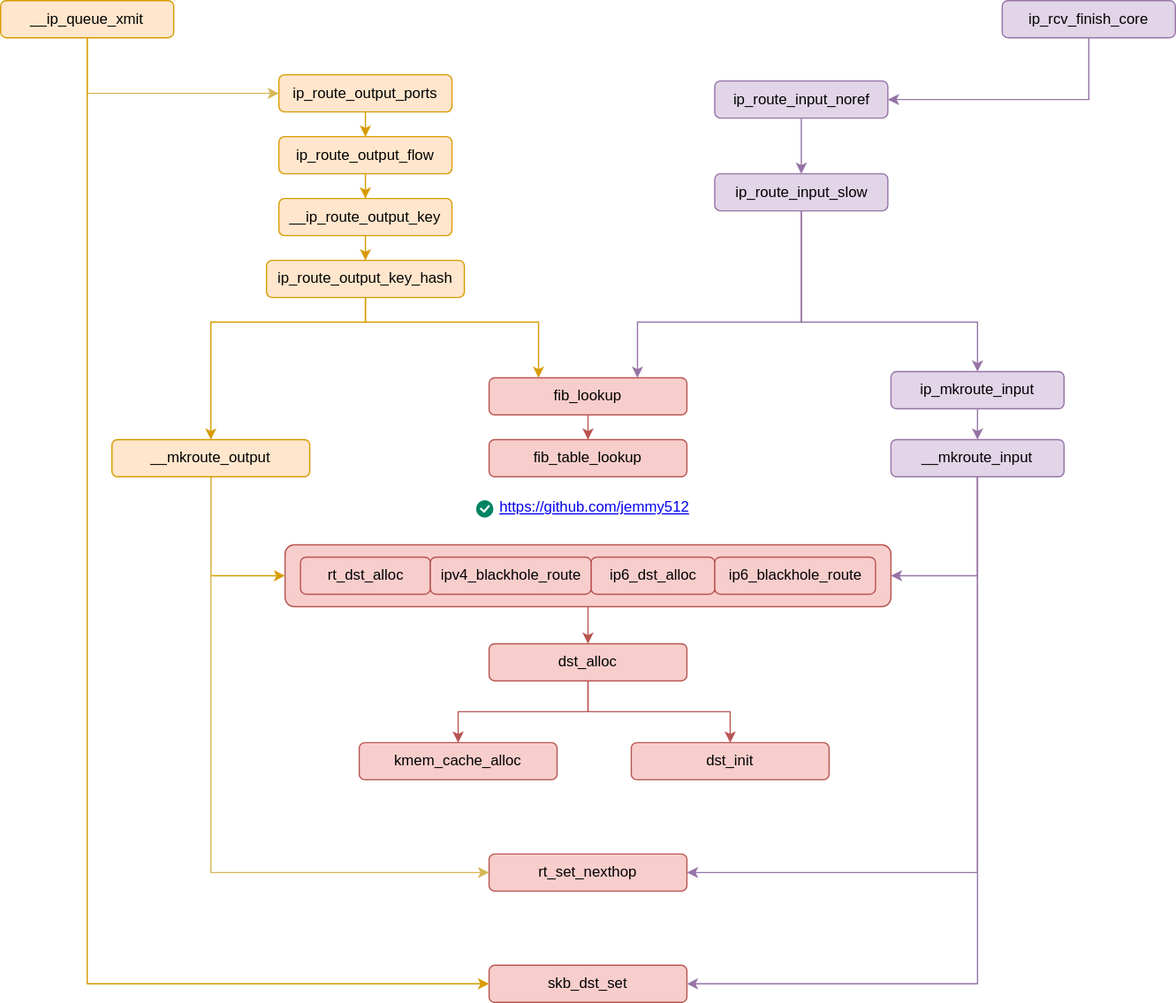
The draw.io diagram images/kernel/net-route.svg in jemmy512/book-notes, before a commit. Source tidied: cells renumbered, new cells last; positions are measured from the earlier drawing's top-left corner, leaving out a move shared by most shapes.
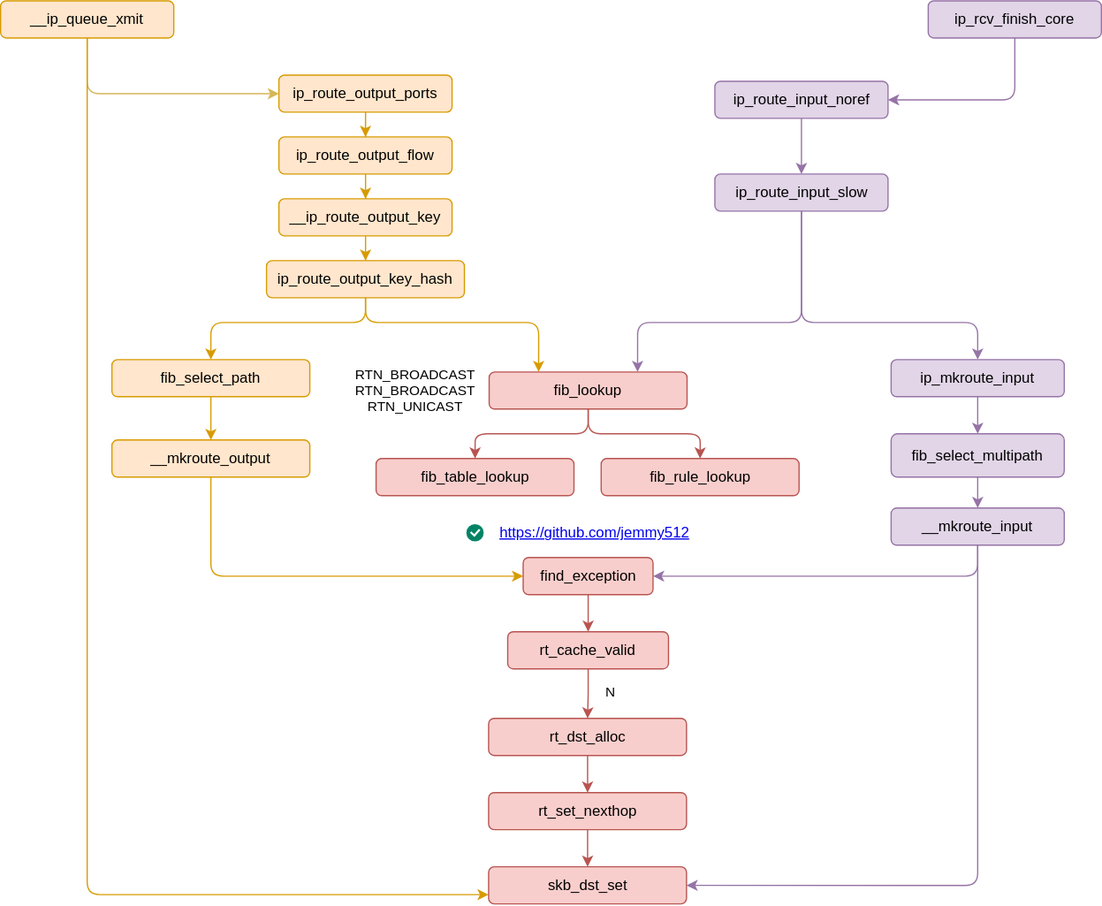
Above is the later version.

Change to the diagram source:
```diff
@@ -1,13 +1,7 @@
-<mxGraphModel>
+<mxGraphModel background="#ffffff">
   <root>
     <mxCell id="0" />
     <mxCell id="1" parent="0" />
-    <mxCell id="2" style="edgeStyle=orthogonalEdgeStyle;rounded=0;jettySize=auto;html=1;fillColor=#f8cecc;strokeColor=#b85450;" parent="1" edge="1" source="3" target="22">
-      <mxGeometry relative="1" as="geometry" />
-    </mxCell>
-    <mxCell id="3" style="rounded=1;whiteSpace=wrap;html=1;fillColor=#f8cecc;strokeColor=#b85450;" parent="1" vertex="1">
-      <mxGeometry x="230" y="440" width="490" height="50" as="geometry" />
-    </mxCell>
     <mxCell id="4" style="edgeStyle=orthogonalEdgeStyle;rounded=0;jettySize=auto;html=1;entryX=0.5;entryY=0;entryDx=0;entryDy=0;fillColor=#ffe6cc;strokeColor=#d79b00;" parent="1" edge="1" source="5" target="7">
       <mxGeometry relative="1" as="geometry" />
     </mxCell>
@@ -26,7 +20,7 @@
     <mxCell id="9" value="__ip_route_output_key" style="rounded=1;whiteSpace=wrap;html=1;fillColor=#ffe6cc;strokeColor=#d79b00;" parent="1" vertex="1">
       <mxGeometry x="225" y="160" width="140" height="30" as="geometry" />
     </mxCell>
-    <mxCell id="10" style="edgeStyle=orthogonalEdgeStyle;rounded=0;jettySize=auto;html=1;entryX=0.25;entryY=0;entryDx=0;entryDy=0;exitX=0.5;exitY=1;exitDx=0;exitDy=0;fillColor=#ffe6cc;strokeColor=#d79b00;" parent="1" edge="1" source="12" target="14">
+    <mxCell id="10" style="edgeStyle=orthogonalEdgeStyle;rounded=1;jettySize=auto;html=1;entryX=0.25;entryY=0;entryDx=0;entryDy=0;exitX=0.5;exitY=1;exitDx=0;exitDy=0;fillColor=#ffe6cc;strokeColor=#d79b00;curved=0;" parent="1" edge="1" source="12" target="14">
       <mxGeometry relative="1" as="geometry">
         <Array as="points">
           <mxPoint x="295" y="260" />
@@ -34,7 +28,7 @@
         </Array>
       </mxGeometry>
     </mxCell>
-    <mxCell id="11" style="edgeStyle=orthogonalEdgeStyle;rounded=0;jettySize=auto;html=1;entryX=0.5;entryY=0;entryDx=0;entryDy=0;fillColor=#ffe6cc;strokeColor=#d79b00;" parent="1" edge="1" source="12" target="17">
+    <mxCell id="11" style="edgeStyle=orthogonalEdgeStyle;rounded=1;jettySize=auto;html=1;entryX=0.5;entryY=0;entryDx=0;entryDy=0;fillColor=#ffe6cc;strokeColor=#d79b00;curved=0;" parent="1" edge="1" source="12" target="59">
       <mxGeometry relative="1" as="geometry">
         <Array as="points">
           <mxPoint x="295" y="260" />
@@ -45,57 +39,48 @@
     <mxCell id="12" value="ip_route_output_key_hash" style="rounded=1;whiteSpace=wrap;html=1;fillColor=#ffe6cc;strokeColor=#d79b00;" parent="1" vertex="1">
       <mxGeometry x="215" y="210" width="160" height="30" as="geometry" />
     </mxCell>
-    <mxCell id="13" style="edgeStyle=orthogonalEdgeStyle;rounded=0;jettySize=auto;html=1;fillColor=#f8cecc;strokeColor=#b85450;" parent="1" edge="1" source="14" target="18">
+    <mxCell id="13" style="edgeStyle=orthogonalEdgeStyle;rounded=1;jettySize=auto;html=1;fillColor=#f8cecc;strokeColor=#b85450;curved=0;" parent="1" edge="1" source="14" target="18">
       <mxGeometry relative="1" as="geometry" />
     </mxCell>
+    <mxCell id="48" style="edgeStyle=orthogonalEdgeStyle;curved=0;rounded=1;jettySize=auto;html=1;entryX=0.5;entryY=0;entryDx=0;entryDy=0;strokeColor=#b85450;align=center;verticalAlign=middle;fontFamily=Helvetica;fontSize=11;fontColor=default;labelBackgroundColor=default;endArrow=classic;fillColor=#f8cecc;" parent="1" edge="1" source="14" target="55">
+      <mxGeometry relative="1" as="geometry" />
+    </mxCell>
     <mxCell id="14" value="fib_lookup" style="rounded=1;whiteSpace=wrap;html=1;fillColor=#f8cecc;strokeColor=#b85450;" parent="1" vertex="1">
-      <mxGeometry x="395" y="305" width="160" height="30" as="geometry" />
+      <mxGeometry x="395" y="300" width="160" height="30" as="geometry" />
     </mxCell>
-    <mxCell id="15" style="edgeStyle=orthogonalEdgeStyle;rounded=0;jettySize=auto;html=1;entryX=0;entryY=0.5;entryDx=0;entryDy=0;fillColor=#ffe6cc;strokeColor=#d79b00;" parent="1" edge="1" source="17" target="3">
+    <mxCell id="15" style="edgeStyle=orthogonalEdgeStyle;rounded=1;jettySize=auto;html=1;entryX=0;entryY=0.5;entryDx=0;entryDy=0;fillColor=#ffe6cc;strokeColor=#d79b00;curved=0;" parent="1" edge="1" source="17" target="19">
       <mxGeometry relative="1" as="geometry">
         <Array as="points">
           <mxPoint x="170" y="465" />
+          <mxPoint x="423" y="465" />
         </Array>
       </mxGeometry>
     </mxCell>
-    <mxCell id="16" style="edgeStyle=orthogonalEdgeStyle;rounded=0;jettySize=auto;html=1;entryX=0;entryY=0.5;entryDx=0;entryDy=0;fillColor=#fff2cc;strokeColor=#d6b656;" parent="1" edge="1" source="17" target="39">
-      <mxGeometry relative="1" as="geometry">
-        <Array as="points">
-          <mxPoint x="170" y="705" />
-        </Array>
-      </mxGeometry>
-    </mxCell>
     <mxCell id="17" value="__mkroute_output" style="rounded=1;whiteSpace=wrap;html=1;fillColor=#ffe6cc;strokeColor=#d79b00;" parent="1" vertex="1">
       <mxGeometry x="90" y="355" width="160" height="30" as="geometry" />
     </mxCell>
     <mxCell id="18" value="fib_table_lookup" style="rounded=1;whiteSpace=wrap;html=1;fillColor=#f8cecc;strokeColor=#b85450;" parent="1" vertex="1">
-      <mxGeometry x="395" y="355" width="160" height="30" as="geometry" />
+      <mxGeometry x="303.6" y="370" width="160" height="30" as="geometry" />
     </mxCell>
+    <mxCell id="49" style="edgeStyle=orthogonalEdgeStyle;rounded=0;jettySize=auto;html=1;strokeColor=#b85450;align=center;verticalAlign=middle;fontFamily=Helvetica;fontSize=11;fontColor=default;labelBackgroundColor=default;endArrow=classic;fillColor=#f8cecc;" parent="1" edge="1" source="19" target="38">
+      <mxGeometry relative="1" as="geometry" />
+    </mxCell>
-    <mxCell id="19" value="rt_dst_alloc" style="rounded=1;whiteSpace=wrap;html=1;fillColor=#f8cecc;strokeColor=#b85450;" parent="1" vertex="1">
-      <mxGeometry x="242.5" y="450" width="105" height="30" as="geometry" />
+    <mxCell id="19" value="find_exception" style="rounded=1;whiteSpace=wrap;html=1;fillColor=#f8cecc;strokeColor=#b85450;" parent="1" vertex="1">
+      <mxGeometry x="422.5" y="450" width="105" height="30" as="geometry" />
     </mxCell>
-    <mxCell id="20" style="edgeStyle=orthogonalEdgeStyle;rounded=0;jettySize=auto;html=1;entryX=0.5;entryY=0;entryDx=0;entryDy=0;fillColor=#f8cecc;strokeColor=#b85450;" parent="1" edge="1" source="22" target="23">
-      <mxGeometry relative="1" as="geometry" />
-    </mxCell>
-    <mxCell id="21" style="edgeStyle=orthogonalEdgeStyle;rounded=0;jettySize=auto;html=1;fillColor=#f8cecc;strokeColor=#b85450;" parent="1" edge="1" source="22" target="24">
-      <mxGeometry relative="1" as="geometry" />
-    </mxCell>
+    <mxCell id="50" style="edgeStyle=orthogonalEdgeStyle;rounded=0;jettySize=auto;html=1;strokeColor=#b85450;align=center;verticalAlign=middle;fontFamily=Helvetica;fontSize=11;fontColor=default;labelBackgroundColor=default;endArrow=classic;fillColor=#f8cecc;" parent="1" edge="1" source="22" target="39">
+      <mxGeometry relative="1" as="geometry" />
+    </mxCell>
-    <mxCell id="22" value="dst_alloc" style="rounded=1;whiteSpace=wrap;html=1;fillColor=#f8cecc;strokeColor=#b85450;" parent="1" vertex="1">
-      <mxGeometry x="395" y="520" width="160" height="30" as="geometry" />
+    <mxCell id="22" value="rt_dst_alloc" style="rounded=1;whiteSpace=wrap;html=1;fillColor=#f8cecc;strokeColor=#b85450;" parent="1" vertex="1">
+      <mxGeometry x="394.6" y="580" width="160" height="30" as="geometry" />
     </mxCell>
-    <mxCell id="23" value="kmem_cache_alloc" style="rounded=1;whiteSpace=wrap;html=1;fillColor=#f8cecc;strokeColor=#b85450;" parent="1" vertex="1">
-      <mxGeometry x="290" y="600" width="160" height="30" as="geometry" />
-    </mxCell>
-    <mxCell id="24" value="dst_init" style="rounded=1;whiteSpace=wrap;html=1;fillColor=#f8cecc;strokeColor=#b85450;" parent="1" vertex="1">
-      <mxGeometry x="510" y="600" width="160" height="30" as="geometry" />
-    </mxCell>
     <mxCell id="25" style="edgeStyle=orthogonalEdgeStyle;rounded=0;jettySize=auto;html=1;fillColor=#e1d5e7;strokeColor=#9673a6;" parent="1" edge="1" source="26" target="29">
       <mxGeometry relative="1" as="geometry" />
     </mxCell>
     <mxCell id="26" value="ip_route_input_noref" style="rounded=1;whiteSpace=wrap;html=1;fillColor=#e1d5e7;strokeColor=#9673a6;" parent="1" vertex="1">
       <mxGeometry x="577.5" y="65" width="140" height="30" as="geometry" />
     </mxCell>
-    <mxCell id="27" style="edgeStyle=orthogonalEdgeStyle;rounded=0;jettySize=auto;html=1;entryX=0.75;entryY=0;entryDx=0;entryDy=0;exitX=0.5;exitY=1;exitDx=0;exitDy=0;fillColor=#e1d5e7;strokeColor=#9673a6;" parent="1" edge="1" source="29" target="14">
+    <mxCell id="27" style="edgeStyle=orthogonalEdgeStyle;rounded=1;jettySize=auto;html=1;entryX=0.75;entryY=0;entryDx=0;entryDy=0;exitX=0.5;exitY=1;exitDx=0;exitDy=0;fillColor=#e1d5e7;strokeColor=#9673a6;curved=0;" parent="1" edge="1" source="29" target="14">
       <mxGeometry relative="1" as="geometry">
         <Array as="points">
           <mxPoint x="648" y="260" />
@@ -103,7 +88,7 @@
         </Array>
       </mxGeometry>
     </mxCell>
-    <mxCell id="28" style="edgeStyle=orthogonalEdgeStyle;rounded=0;jettySize=auto;html=1;entryX=0.5;entryY=0;entryDx=0;entryDy=0;fillColor=#e1d5e7;strokeColor=#9673a6;" parent="1" edge="1" source="29" target="31">
+    <mxCell id="28" style="edgeStyle=orthogonalEdgeStyle;rounded=1;jettySize=auto;html=1;entryX=0.5;entryY=0;entryDx=0;entryDy=0;fillColor=#e1d5e7;strokeColor=#9673a6;curved=0;" parent="1" edge="1" source="29" target="31">
       <mxGeometry relative="1" as="geometry">
         <Array as="points">
           <mxPoint x="648" y="260" />
@@ -114,83 +99,97 @@
     <mxCell id="29" value="ip_route_input_slow" style="rounded=1;whiteSpace=wrap;html=1;fillColor=#e1d5e7;strokeColor=#9673a6;" parent="1" vertex="1">
       <mxGeometry x="577.5" y="140" width="140" height="30" as="geometry" />
     </mxCell>
-    <mxCell id="30" style="edgeStyle=orthogonalEdgeStyle;rounded=0;jettySize=auto;html=1;fillColor=#e1d5e7;strokeColor=#9673a6;" parent="1" edge="1" source="31" target="35">
-      <mxGeometry relative="1" as="geometry" />
-    </mxCell>
+    <mxCell id="51" style="edgeStyle=orthogonalEdgeStyle;curved=0;rounded=1;jettySize=auto;html=1;entryX=0.5;entryY=0;entryDx=0;entryDy=0;strokeColor=#9673a6;align=center;verticalAlign=middle;fontFamily=Helvetica;fontSize=11;fontColor=default;labelBackgroundColor=default;endArrow=classic;fillColor=#e1d5e7;" parent="1" edge="1" source="31" target="57">
+      <mxGeometry relative="1" as="geometry" />
+    </mxCell>
     <mxCell id="31" value="ip_mkroute_input" style="rounded=1;whiteSpace=wrap;html=1;fillColor=#e1d5e7;strokeColor=#9673a6;" parent="1" vertex="1">
-      <mxGeometry x="720" y="300" width="140" height="30" as="geometry" />
+      <mxGeometry x="720" y="290" width="140" height="30" as="geometry" />
     </mxCell>
-    <mxCell id="32" style="edgeStyle=orthogonalEdgeStyle;rounded=0;jettySize=auto;html=1;exitX=0.5;exitY=1;exitDx=0;exitDy=0;entryX=1;entryY=0.5;entryDx=0;entryDy=0;fillColor=#e1d5e7;strokeColor=#9673a6;" parent="1" edge="1" source="35" target="3">
+    <mxCell id="32" style="edgeStyle=orthogonalEdgeStyle;rounded=1;jettySize=auto;html=1;exitX=0.5;exitY=1;exitDx=0;exitDy=0;fillColor=#e1d5e7;strokeColor=#9673a6;curved=0;" parent="1" edge="1" source="35" target="19">
       <mxGeometry relative="1" as="geometry">
         <Array as="points">
           <mxPoint x="790" y="465" />
         </Array>
       </mxGeometry>
     </mxCell>
-    <mxCell id="33" style="edgeStyle=orthogonalEdgeStyle;rounded=0;jettySize=auto;html=1;entryX=1;entryY=0.5;entryDx=0;entryDy=0;fillColor=#e1d5e7;strokeColor=#9673a6;" parent="1" edge="1" source="35" target="39">
-      <mxGeometry relative="1" as="geometry">
-        <Array as="points">
-          <mxPoint x="790" y="705" />
-        </Array>
-      </mxGeometry>
-    </mxCell>
-    <mxCell id="34" style="edgeStyle=orthogonalEdgeStyle;rounded=0;jettySize=auto;html=1;entryX=1;entryY=0.5;entryDx=0;entryDy=0;fillColor=#e1d5e7;strokeColor=#9673a6;" parent="1" edge="1" source="35" target="40">
+    <mxCell id="34" style="edgeStyle=orthogonalEdgeStyle;rounded=1;jettySize=auto;html=1;entryX=1;entryY=0.5;entryDx=0;entryDy=0;fillColor=#e1d5e7;strokeColor=#9673a6;curved=0;" parent="1" edge="1" source="35" target="40">
       <mxGeometry relative="1" as="geometry">
         <Array as="points">
-          <mxPoint x="790" y="795" />
+          <mxPoint x="790" y="715" />
         </Array>
       </mxGeometry>
     </mxCell>
     <mxCell id="35" value="__mkroute_input" style="rounded=1;whiteSpace=wrap;html=1;fillColor=#e1d5e7;strokeColor=#9673a6;" parent="1" vertex="1">
-      <mxGeometry x="720" y="355" width="140" height="30" as="geometry" />
+      <mxGeometry x="720" y="410" width="140" height="30" as="geometry" />
     </mxCell>
-    <mxCell id="36" value="ip6_dst_alloc" style="rounded=1;whiteSpace=wrap;html=1;fillColor=#f8cecc;strokeColor=#b85450;" parent="1" vertex="1">
-      <mxGeometry x="477.5" y="450" width="100" height="30" as="geometry" />
-    </mxCell>
-    <mxCell id="37" value="ip6_blackhole_route" style="rounded=1;whiteSpace=wrap;html=1;fillColor=#f8cecc;strokeColor=#b85450;" parent="1" vertex="1">
-      <mxGeometry x="577.5" y="450" width="130" height="30" as="geometry" />
-    </mxCell>
+    <mxCell id="52" style="edgeStyle=orthogonalEdgeStyle;rounded=0;jettySize=auto;html=1;strokeColor=#b85450;align=center;verticalAlign=middle;fontFamily=Helvetica;fontSize=11;fontColor=default;labelBackgroundColor=default;endArrow=classic;fillColor=#f8cecc;" parent="1" edge="1" source="38" target="22">
+      <mxGeometry relative="1" as="geometry" />
+    </mxCell>
-    <mxCell id="38" value="ipv4_blackhole_route" style="rounded=1;whiteSpace=wrap;html=1;fillColor=#f8cecc;strokeColor=#b85450;" parent="1" vertex="1">
-      <mxGeometry x="347.5" y="450" width="130" height="30" as="geometry" />
+    <mxCell id="38" value="rt_cache_valid" style="rounded=1;whiteSpace=wrap;html=1;fillColor=#f8cecc;strokeColor=#b85450;" parent="1" vertex="1">
+      <mxGeometry x="410" y="510" width="130" height="30" as="geometry" />
     </mxCell>
-    <mxCell id="39" value="rt_set_nexthop" style="rounded=1;whiteSpace=wrap;html=1;fillColor=#f8cecc;strokeColor=#b85450;" parent="1" vertex="1">
-      <mxGeometry x="395" y="690" width="160" height="30" as="geometry" />
-    </mxCell>
-    <mxCell id="40" value="skb_dst_set" style="rounded=1;whiteSpace=wrap;html=1;fillColor=#f8cecc;strokeColor=#b85450;" parent="1" vertex="1">
-      <mxGeometry x="395" y="780" width="160" height="30" as="geometry" />
-    </mxCell>
-    <mxCell id="41" style="edgeStyle=orthogonalEdgeStyle;rounded=0;jettySize=auto;html=1;fillColor=#fff2cc;strokeColor=#d6b656;" parent="1" edge="1" source="43" target="5">
+    <mxCell id="41" style="edgeStyle=orthogonalEdgeStyle;rounded=1;jettySize=auto;html=1;fillColor=#fff2cc;strokeColor=#d6b656;curved=0;" parent="1" edge="1" source="43" target="5">
       <mxGeometry relative="1" as="geometry">
         <Array as="points">
           <mxPoint x="70" y="75" />
         </Array>
       </mxGeometry>
     </mxCell>
-    <mxCell id="42" style="edgeStyle=orthogonalEdgeStyle;rounded=0;jettySize=auto;html=1;entryX=0;entryY=0.5;entryDx=0;entryDy=0;fillColor=#ffe6cc;strokeColor=#d79b00;" parent="1" edge="1" source="43" target="40">
+    <mxCell id="42" style="edgeStyle=orthogonalEdgeStyle;rounded=1;jettySize=auto;html=1;entryX=0;entryY=0.75;entryDx=0;entryDy=0;fillColor=#ffe6cc;strokeColor=#d79b00;curved=0;" parent="1" edge="1" source="43" target="40">
       <mxGeometry relative="1" as="geometry">
         <Array as="points">
-          <mxPoint x="70" y="795" />
+          <mxPoint x="70" y="722" />
         </Array>
       </mxGeometry>
     </mxCell>
     <mxCell id="43" value="__ip_queue_xmit" style="rounded=1;whiteSpace=wrap;html=1;fillColor=#ffe6cc;strokeColor=#d79b00;" parent="1" vertex="1">
       <mxGeometry width="140" height="30" as="geometry" />
     </mxCell>
-    <mxCell id="44" style="edgeStyle=orthogonalEdgeStyle;rounded=0;jettySize=auto;html=1;entryX=1;entryY=0.5;entryDx=0;entryDy=0;fillColor=#e1d5e7;strokeColor=#9673a6;" parent="1" edge="1" source="45" target="26">
+    <mxCell id="44" style="edgeStyle=orthogonalEdgeStyle;rounded=1;jettySize=auto;html=1;entryX=1;entryY=0.5;entryDx=0;entryDy=0;fillColor=#e1d5e7;strokeColor=#9673a6;curved=0;exitX=0.5;exitY=1;exitDx=0;exitDy=0;" parent="1" edge="1" source="45" target="26">
       <mxGeometry relative="1" as="geometry">
         <Array as="points">
-          <mxPoint x="880" y="80" />
+          <mxPoint x="820" y="80" />
         </Array>
       </mxGeometry>
     </mxCell>
     <mxCell id="45" value="ip_rcv_finish_core" style="rounded=1;whiteSpace=wrap;html=1;fillColor=#e1d5e7;strokeColor=#9673a6;" parent="1" vertex="1">
-      <mxGeometry x="810" width="140" height="30" as="geometry" />
+      <mxGeometry x="750" width="140" height="30" as="geometry" />
     </mxCell>
     <mxCell id="46" style="html=1;shadow=0;dashed=0;shape=mxgraph.atlassian.checkbox;fillColor=#008465;strokeColor=none;html=1;sketch=0;" parent="1" vertex="1">
-      <mxGeometry x="384.5" y="404" width="14" height="14" as="geometry" />
+      <mxGeometry x="376.6" y="423" width="14" height="14" as="geometry" />
     </mxCell>
     <mxCell id="47" value="https://github.com/jemmy512" style="text;html=1;strokeColor=none;fillColor=none;whiteSpace=wrap;align=center;verticalAlign=middle;fontColor=#0000EE;fontStyle=4;" parent="1" vertex="1">
-      <mxGeometry x="394.6" y="390" width="170.9" height="40" as="geometry" />
+      <mxGeometry x="394.6" y="410" width="170.9" height="40" as="geometry" />
     </mxCell>
+    <mxCell id="53" style="edgeStyle=orthogonalEdgeStyle;rounded=0;jettySize=auto;html=1;strokeColor=#b85450;align=center;verticalAlign=middle;fontFamily=Helvetica;fontSize=11;fontColor=default;labelBackgroundColor=default;endArrow=classic;fillColor=#f8cecc;" parent="1" edge="1" source="39" target="40">
+      <mxGeometry relative="1" as="geometry" />
+    </mxCell>
+    <mxCell id="39" value="rt_set_nexthop" style="rounded=1;whiteSpace=wrap;html=1;fillColor=#f8cecc;strokeColor=#b85450;" parent="1" vertex="1">
+      <mxGeometry x="394.6" y="640" width="160" height="30" as="geometry" />
+    </mxCell>
+    <mxCell id="40" value="skb_dst_set" style="rounded=1;whiteSpace=wrap;html=1;fillColor=#f8cecc;strokeColor=#b85450;" parent="1" vertex="1">
+      <mxGeometry x="394.6" y="700" width="160" height="30" as="geometry" />
+    </mxCell>
+    <mxCell id="54" value="N" style="text;html=1;align=center;verticalAlign=middle;strokeColor=none;fillColor=none;fontFamily=Helvetica;fontSize=11;fontColor=default;labelBackgroundColor=default;" parent="1" vertex="1">
+      <mxGeometry x="478" y="544" width="30" height="30" as="geometry" />
+    </mxCell>
+    <mxCell id="55" value="fib_rule_lookup" style="rounded=1;whiteSpace=wrap;html=1;fillColor=#f8cecc;strokeColor=#b85450;" parent="1" vertex="1">
+      <mxGeometry x="485.6" y="370" width="160" height="30" as="geometry" />
+    </mxCell>
+    <mxCell id="56" style="edgeStyle=orthogonalEdgeStyle;curved=0;rounded=1;jettySize=auto;html=1;strokeColor=#9673a6;align=center;verticalAlign=middle;fontFamily=Helvetica;fontSize=11;fontColor=default;labelBackgroundColor=default;endArrow=classic;fillColor=#e1d5e7;" parent="1" edge="1" source="57" target="35">
+      <mxGeometry relative="1" as="geometry" />
+    </mxCell>
+    <mxCell id="57" value="fib_select_multipath" style="rounded=1;whiteSpace=wrap;html=1;fillColor=#e1d5e7;strokeColor=#9673a6;" parent="1" vertex="1">
+      <mxGeometry x="720" y="350" width="140" height="35" as="geometry" />
+    </mxCell>
+    <mxCell id="58" style="edgeStyle=orthogonalEdgeStyle;curved=0;rounded=1;jettySize=auto;html=1;entryX=0.5;entryY=0;entryDx=0;entryDy=0;strokeColor=#d79b00;align=center;verticalAlign=middle;fontFamily=Helvetica;fontSize=11;fontColor=default;labelBackgroundColor=default;endArrow=classic;fillColor=#ffe6cc;" parent="1" edge="1" source="59" target="17">
+      <mxGeometry relative="1" as="geometry" />
+    </mxCell>
+    <mxCell id="59" value="fib_select_path" style="rounded=1;whiteSpace=wrap;html=1;fillColor=#ffe6cc;strokeColor=#d79b00;" parent="1" vertex="1">
+      <mxGeometry x="90" y="290" width="160" height="30" as="geometry" />
+    </mxCell>
+    <mxCell id="60" value="RTN_BROADCAST&lt;br&gt;RTN_BROADCAST&lt;br&gt;RTN_UNICAST" style="text;html=1;align=center;verticalAlign=middle;strokeColor=none;fillColor=none;fontFamily=Helvetica;fontSize=11;fontColor=default;labelBackgroundColor=default;" parent="1" vertex="1">
+      <mxGeometry x="275" y="290" width="120" height="50" as="geometry" />
+    </mxCell>
   </root>
 </mxGraphModel>
```
